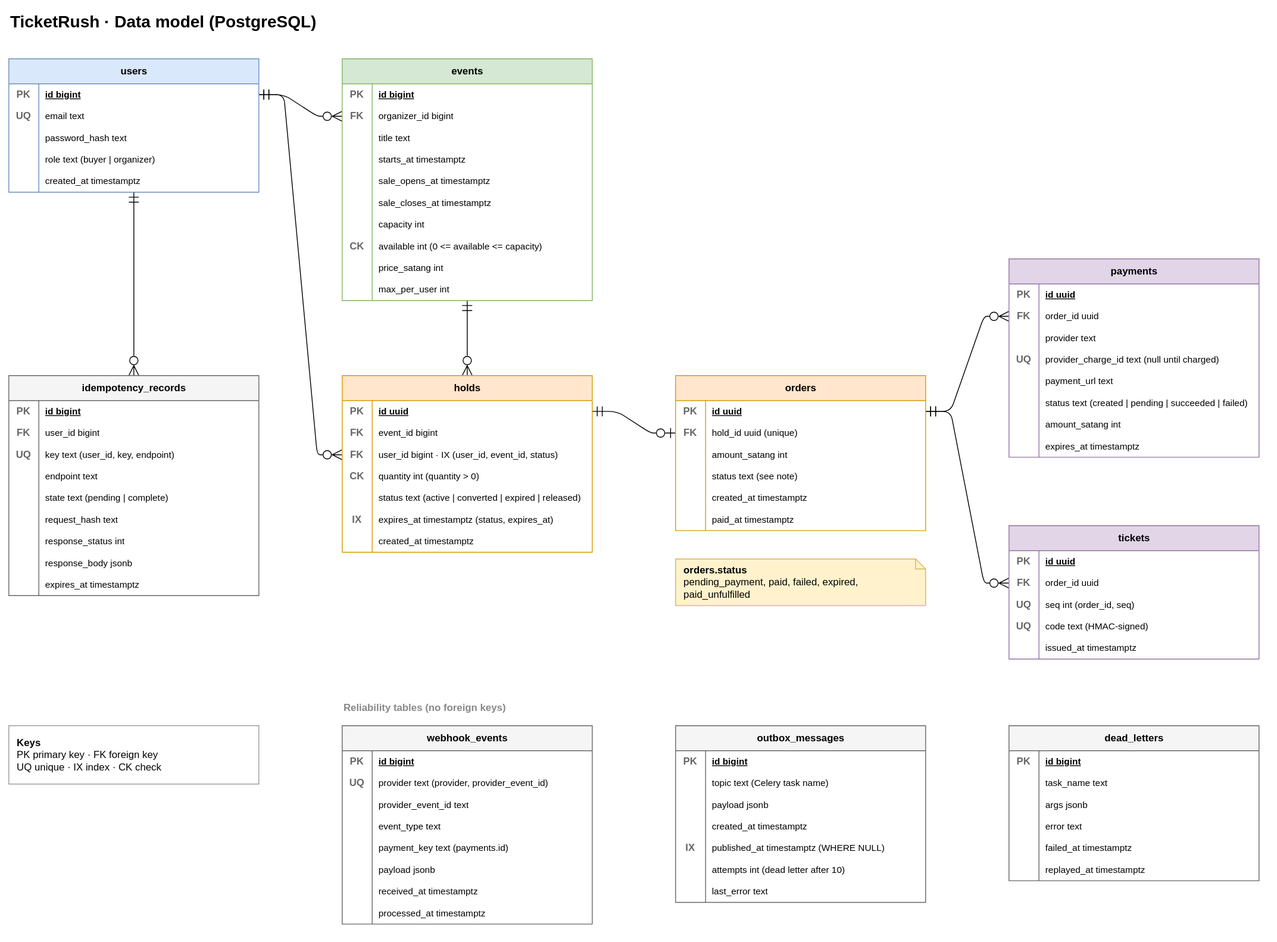
NaphatJM/ticketrush keeps this draw.io diagram as docs/diagrams/data-model.drawio.svg. Above is the earlier version. Source tidied: cells renumbered, new cells last; positions are measured from the earlier drawing's top-left corner, leaving out a move shared by most shapes.
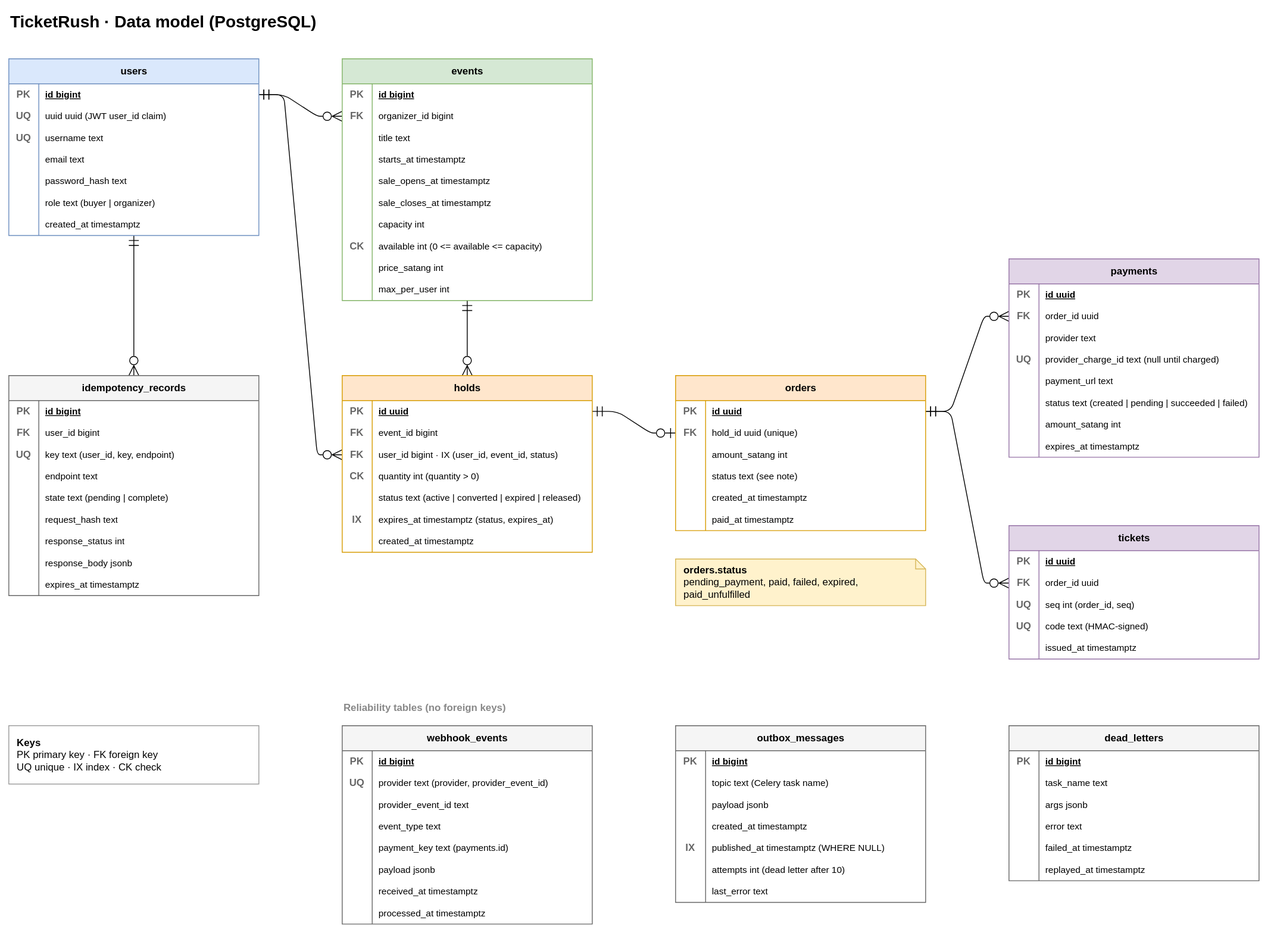
After the commit.

What changed in the source:
```diff
@@ -25,7 +25,7 @@
     </mxCell>
     <mxCell id="9" value="Components" parent="0" />
     <mxCell id="10" value="users" style="shape=table;startSize=30;rowLines=0;fontStyle=1;align=center;html=1;fillColor=#dae8fc;strokeColor=#6c8ebf;swimlaneFillColor=#ffffff;" parent="9" vertex="1">
-      <mxGeometry y="60" width="300" height="160" as="geometry" />
+      <mxGeometry y="60" width="300" height="212" as="geometry" />
     </mxCell>
     <mxCell id="11" style="shape=tableRow;horizontal=0;startSize=0;swimlaneHead=0;swimlaneBody=0;fillColor=none;points=[[0,0.5],[1,0.5]];portConstraint=eastwest;top=0;left=0;right=0;bottom=0;html=1;" parent="10" vertex="1">
       <mxGeometry y="30" width="300" height="26" as="geometry" />
@@ -42,16 +42,16 @@
     <mxCell id="15" value="UQ" style="shape=partialRectangle;fillColor=none;top=0;left=0;bottom=0;right=0;fontStyle=1;overflow=hidden;html=1;fontColor=#666666;" parent="14" vertex="1">
       <mxGeometry width="36" height="26" as="geometry" />
     </mxCell>
-    <mxCell id="16" value="email text" style="shape=partialRectangle;fillColor=none;top=0;left=0;bottom=0;right=0;align=left;spacingLeft=6;overflow=hidden;html=1;fontSize=11;" parent="14" vertex="1">
+    <mxCell id="16" value="uuid uuid  (JWT user_id claim)" style="shape=partialRectangle;fillColor=none;top=0;left=0;bottom=0;right=0;align=left;spacingLeft=6;overflow=hidden;html=1;fontSize=11;" parent="14" vertex="1">
       <mxGeometry x="36" width="264" height="26" as="geometry" />
     </mxCell>
     <mxCell id="17" style="shape=tableRow;horizontal=0;startSize=0;swimlaneHead=0;swimlaneBody=0;fillColor=none;top=0;left=0;right=0;bottom=0;html=1;" parent="10" vertex="1">
       <mxGeometry y="82" width="300" height="26" as="geometry" />
     </mxCell>
-    <mxCell id="18" style="shape=partialRectangle;fillColor=none;top=0;left=0;bottom=0;right=0;fontStyle=1;overflow=hidden;html=1;fontColor=#666666;" parent="17" vertex="1">
+    <mxCell id="18" value="UQ" style="shape=partialRectangle;fillColor=none;top=0;left=0;bottom=0;right=0;fontStyle=1;overflow=hidden;html=1;fontColor=#666666;" parent="17" vertex="1">
       <mxGeometry width="36" height="26" as="geometry" />
     </mxCell>
-    <mxCell id="19" value="password_hash text" style="shape=partialRectangle;fillColor=none;top=0;left=0;bottom=0;right=0;align=left;spacingLeft=6;overflow=hidden;html=1;fontSize=11;" parent="17" vertex="1">
+    <mxCell id="19" value="username text" style="shape=partialRectangle;fillColor=none;top=0;left=0;bottom=0;right=0;align=left;spacingLeft=6;overflow=hidden;html=1;fontSize=11;" parent="17" vertex="1">
       <mxGeometry x="36" width="264" height="26" as="geometry" />
     </mxCell>
     <mxCell id="20" style="shape=tableRow;horizontal=0;startSize=0;swimlaneHead=0;swimlaneBody=0;fillColor=none;top=0;left=0;right=0;bottom=0;html=1;" parent="10" vertex="1">
@@ -60,7 +60,7 @@
     <mxCell id="21" style="shape=partialRectangle;fillColor=none;top=0;left=0;bottom=0;right=0;fontStyle=1;overflow=hidden;html=1;fontColor=#666666;" parent="20" vertex="1">
       <mxGeometry width="36" height="26" as="geometry" />
     </mxCell>
-    <mxCell id="22" value="role text (buyer | organizer)" style="shape=partialRectangle;fillColor=none;top=0;left=0;bottom=0;right=0;align=left;spacingLeft=6;overflow=hidden;html=1;fontSize=11;" parent="20" vertex="1">
+    <mxCell id="22" value="email text" style="shape=partialRectangle;fillColor=none;top=0;left=0;bottom=0;right=0;align=left;spacingLeft=6;overflow=hidden;html=1;fontSize=11;" parent="20" vertex="1">
       <mxGeometry x="36" width="264" height="26" as="geometry" />
     </mxCell>
     <mxCell id="23" style="shape=tableRow;horizontal=0;startSize=0;swimlaneHead=0;swimlaneBody=0;fillColor=none;top=0;left=0;right=0;bottom=0;html=1;" parent="10" vertex="1">
@@ -69,9 +69,27 @@
     <mxCell id="24" style="shape=partialRectangle;fillColor=none;top=0;left=0;bottom=0;right=0;fontStyle=1;overflow=hidden;html=1;fontColor=#666666;" parent="23" vertex="1">
       <mxGeometry width="36" height="26" as="geometry" />
     </mxCell>
-    <mxCell id="25" value="created_at timestamptz" style="shape=partialRectangle;fillColor=none;top=0;left=0;bottom=0;right=0;align=left;spacingLeft=6;overflow=hidden;html=1;fontSize=11;" parent="23" vertex="1">
+    <mxCell id="25" value="password_hash text" style="shape=partialRectangle;fillColor=none;top=0;left=0;bottom=0;right=0;align=left;spacingLeft=6;overflow=hidden;html=1;fontSize=11;" parent="23" vertex="1">
       <mxGeometry x="36" width="264" height="26" as="geometry" />
     </mxCell>
+    <mxCell id="237" style="shape=tableRow;horizontal=0;startSize=0;swimlaneHead=0;swimlaneBody=0;fillColor=none;top=0;left=0;right=0;bottom=0;html=1;" parent="10" vertex="1">
+      <mxGeometry y="160" width="300" height="26" as="geometry" />
+    </mxCell>
+    <mxCell id="238" style="shape=partialRectangle;fillColor=none;top=0;left=0;bottom=0;right=0;fontStyle=1;overflow=hidden;html=1;fontColor=#666666;" parent="237" vertex="1">
+      <mxGeometry width="36" height="26" as="geometry" />
+    </mxCell>
+    <mxCell id="239" value="role text (buyer | organizer)" style="shape=partialRectangle;fillColor=none;top=0;left=0;bottom=0;right=0;align=left;spacingLeft=6;overflow=hidden;html=1;fontSize=11;" parent="237" vertex="1">
+      <mxGeometry x="36" width="264" height="26" as="geometry" />
+    </mxCell>
+    <mxCell id="240" style="shape=tableRow;horizontal=0;startSize=0;swimlaneHead=0;swimlaneBody=0;fillColor=none;top=0;left=0;right=0;bottom=0;html=1;" parent="10" vertex="1">
+      <mxGeometry y="186" width="300" height="26" as="geometry" />
+    </mxCell>
+    <mxCell id="241" style="shape=partialRectangle;fillColor=none;top=0;left=0;bottom=0;right=0;fontStyle=1;overflow=hidden;html=1;fontColor=#666666;" parent="240" vertex="1">
+      <mxGeometry width="36" height="26" as="geometry" />
+    </mxCell>
+    <mxCell id="242" value="created_at timestamptz" style="shape=partialRectangle;fillColor=none;top=0;left=0;bottom=0;right=0;align=left;spacingLeft=6;overflow=hidden;html=1;fontSize=11;" parent="240" vertex="1">
+      <mxGeometry x="36" width="264" height="26" as="geometry" />
+    </mxCell>
     <mxCell id="26" value="events" style="shape=table;startSize=30;rowLines=0;fontStyle=1;align=center;html=1;fillColor=#d5e8d4;strokeColor=#82b366;swimlaneFillColor=#ffffff;" parent="9" vertex="1">
       <mxGeometry x="400" y="60" width="300" height="290" as="geometry" />
     </mxCell>
```
